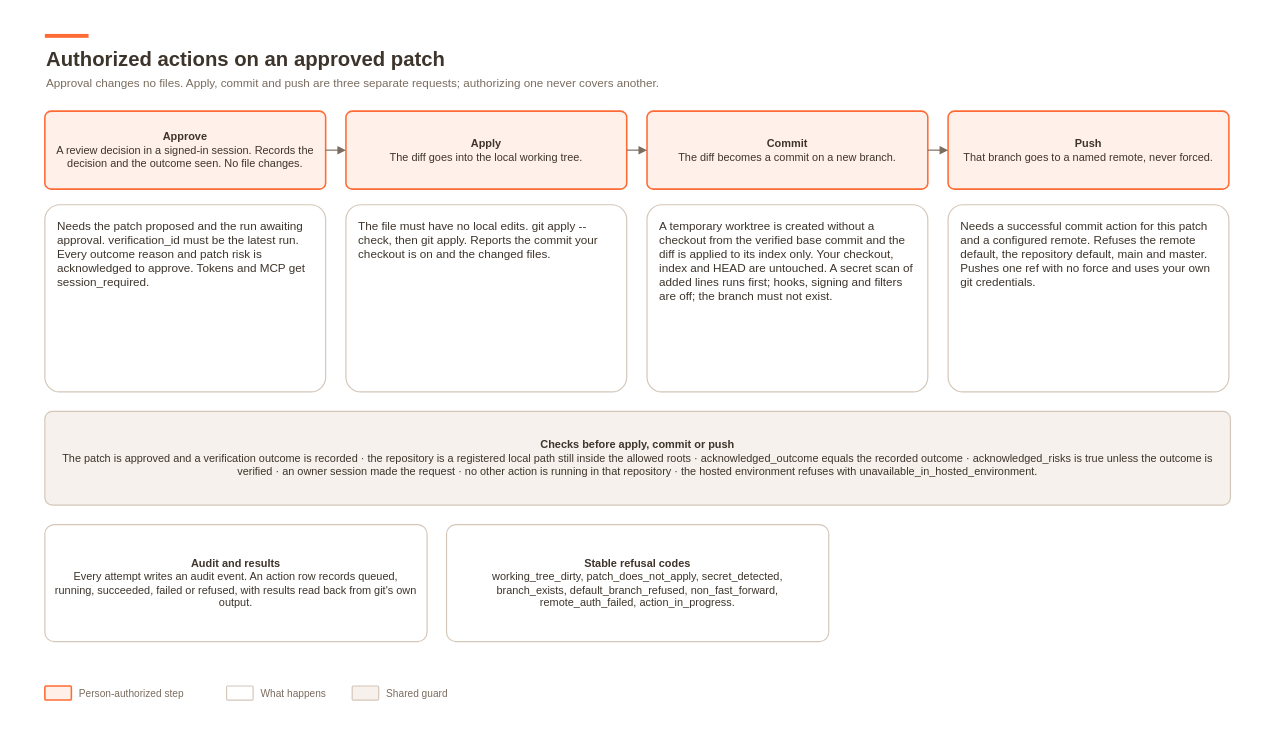
This is diagrams/src/15-authorized-actions.drawio from vishavmehra/Tracera, a draw.io file, before an edit. Source tidied: cells renumbered, new cells numbered last; positions are measured from the earlier drawing's top-left corner, leaving out a move shared by most shapes. Both pictures are drawn from the tidied source at 78%, with x=0, y=0 at pixel (13, 13).
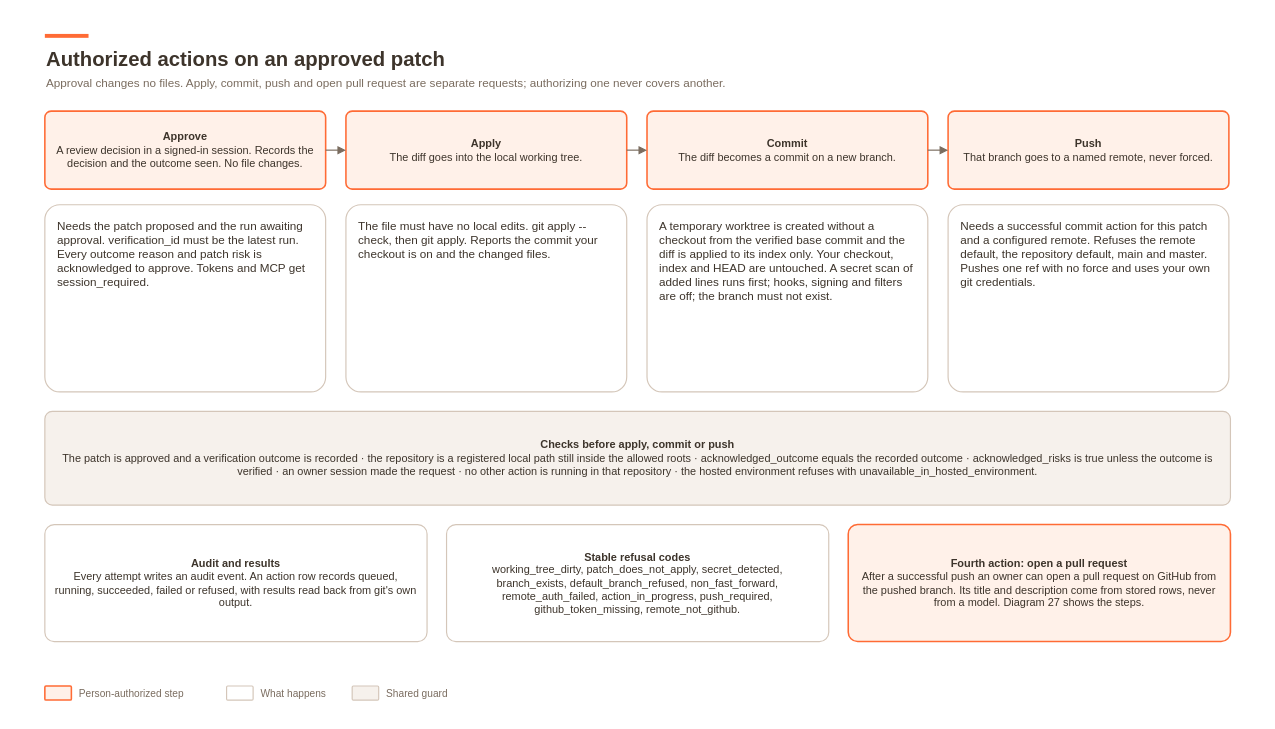
The same page after the edit.

Change to the diagram source:
```diff
@@
-    <mxCell id="5" value="Approval changes no files. Apply, commit and push are three separate requests; authorizing one never covers another." style="text;fontFamily=Helvetica;html=1;whiteSpace=wrap;fontSize=13;fontColor=#7A6C5F;align=left;verticalAlign=top;strokeColor=none;fillColor=none;spacing=2;fontSize=15;" parent="1" vertex="1">
+    <mxCell id="5" value="Approval changes no files. Apply, commit, push and open pull request are separate requests; authorizing one never covers another." style="text;fontFamily=Helvetica;html=1;whiteSpace=wrap;fontSize=13;fontColor=#7A6C5F;align=left;verticalAlign=top;strokeColor=none;fillColor=none;spacing=2;fontSize=15;" parent="1" vertex="1">
       <mxGeometry x="40" y="74" width="1520" height="22" as="geometry" />
     </mxCell>
@@
-    <mxCell id="16" value="&lt;b&gt;Stable refusal codes&lt;/b&gt;&lt;br&gt;working_tree_dirty, patch_does_not_apply, secret_detected, branch_exists, default_branch_refused, non_fast_forward, remote_auth_failed, action_in_progress." style="rounded=1;arcSize=8;fontFamily=Helvetica;html=1;whiteSpace=wrap;fontSize=14;fontColor=#3D342B;fillColor=#FFFFFF;strokeColor=#D4C6B9;strokeWidth=1.5;fontSize=14;spacingLeft=12;spacingRight=12;" parent="1" vertex="1">
+    <mxCell id="16" value="&lt;b&gt;Stable refusal codes&lt;/b&gt;&lt;br&gt;working_tree_dirty, patch_does_not_apply, secret_detected, branch_exists, default_branch_refused, non_fast_forward, remote_auth_failed, action_in_progress, push_required, github_token_missing, remote_not_github." style="rounded=1;arcSize=8;fontFamily=Helvetica;html=1;whiteSpace=wrap;fontSize=14;fontColor=#3D342B;fillColor=#FFFFFF;strokeColor=#D4C6B9;strokeWidth=1.5;fontSize=14;spacingLeft=12;spacingRight=12;" parent="1" vertex="1">
       <mxGeometry x="555" y="655" width="490" height="150" as="geometry" />
     </mxCell>
+    <mxCell id="26" value="&lt;b&gt;Fourth action: open a pull request&lt;/b&gt;&lt;br&gt;After a successful push an owner can open a pull request on GitHub from the pushed branch. Its title and description come from stored rows, never from a model. Diagram 27 shows the steps." style="rounded=1;arcSize=8;fontFamily=Helvetica;html=1;whiteSpace=wrap;fontSize=14;fontColor=#3D342B;fillColor=#FFF1E9;strokeColor=#FF6B35;strokeWidth=1.5;strokeWidth=2;fontSize=14;spacingLeft=12;spacingRight=12;" parent="1" vertex="1">
+      <mxGeometry x="1070" y="655" width="490" height="150" as="geometry" />
+    </mxCell>
```
